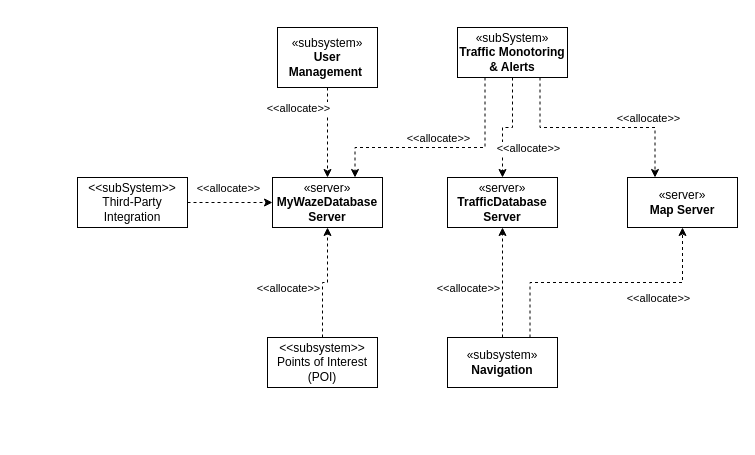
This is Diagrams/DeploymentBDD.drawio from luislamy/msp, a draw.io file, before an edit. Source tidied: cells renumbered, new cells numbered last; positions are measured from the earlier drawing's top-left corner, leaving out a move shared by most shapes. Both pictures are drawn from the tidied source at 100%, with x=0, y=0 at pixel (77, 27).
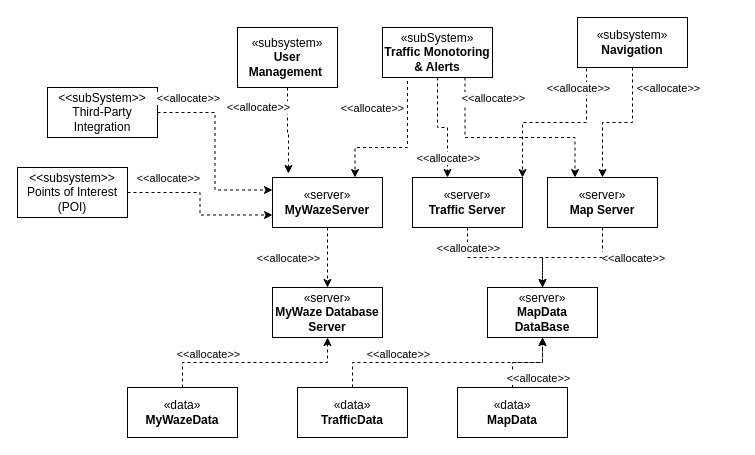
The same diagram, later.

Diff of the diagram source:
```diff
@@
+    <mxCell id="26" style="edgeStyle=orthogonalEdgeStyle;rounded=0;jettySize=auto;html=1;exitX=0.5;exitY=1;exitDx=0;exitDy=0;entryX=0.5;entryY=0;entryDx=0;entryDy=0;dashed=1;" parent="1" edge="1" source="2" target="35">
+      <mxGeometry relative="1" as="geometry" />
+    </mxCell>
-    <mxCell id="2" value="«server»&lt;br&gt;&lt;b&gt;MyWazeDatabase Server&lt;/b&gt;" style="html=1;whiteSpace=wrap;" parent="1" vertex="1">
+    <mxCell id="2" value="«server»&lt;br&gt;&lt;b&gt;MyWazeServer&lt;/b&gt;" style="html=1;whiteSpace=wrap;" parent="1" vertex="1">
       <mxGeometry x="195" y="150" width="110" height="50" as="geometry" />
     </mxCell>
-    <mxCell id="3" style="edgeStyle=orthogonalEdgeStyle;rounded=0;jettySize=auto;html=1;exitX=0.5;exitY=1;exitDx=0;exitDy=0;entryX=0.5;entryY=0;entryDx=0;entryDy=0;dashed=1;" parent="1" edge="1" source="5" target="2">
+    <mxCell id="3" style="edgeStyle=orthogonalEdgeStyle;rounded=0;jettySize=auto;html=1;exitX=0.5;exitY=1;exitDx=0;exitDy=0;entryX=0.145;entryY=-0.08;entryDx=0;entryDy=0;dashed=1;entryPerimeter=0;" parent="1" edge="1" source="5" target="2">
       <mxGeometry relative="1" as="geometry" />
     </mxCell>
@@
     <mxCell id="5" value="«subsystem»&lt;br&gt;&lt;b&gt;User Management&amp;nbsp;&lt;/b&gt;" style="html=1;whiteSpace=wrap;" parent="1" vertex="1">
-      <mxGeometry x="200" width="100" height="60" as="geometry" />
+      <mxGeometry x="160" width="100" height="60" as="geometry" />
     </mxCell>
+    <mxCell id="27" style="edgeStyle=orthogonalEdgeStyle;rounded=0;jettySize=auto;html=1;exitX=0.5;exitY=1;exitDx=0;exitDy=0;entryX=0.5;entryY=0;entryDx=0;entryDy=0;dashed=1;" parent="1" edge="1" source="6" target="36">
+      <mxGeometry relative="1" as="geometry" />
+    </mxCell>
-    <mxCell id="6" value="«server»&lt;br&gt;&lt;b&gt;TrafficDatabase Server&lt;/b&gt;" style="html=1;whiteSpace=wrap;" parent="1" vertex="1">
-      <mxGeometry x="370" y="150" width="110" height="50" as="geometry" />
+    <mxCell id="6" value="«server»&lt;br&gt;&lt;b&gt;Traffic Server&lt;/b&gt;" style="html=1;whiteSpace=wrap;" parent="1" vertex="1">
+      <mxGeometry x="335" y="150" width="110" height="50" as="geometry" />
     </mxCell>
+    <mxCell id="28" style="edgeStyle=orthogonalEdgeStyle;rounded=0;jettySize=auto;html=1;exitX=0.5;exitY=1;exitDx=0;exitDy=0;entryX=0.5;entryY=0;entryDx=0;entryDy=0;dashed=1;" parent="1" edge="1" source="7" target="36">
+      <mxGeometry relative="1" as="geometry" />
+    </mxCell>
     <mxCell id="7" value="«server»&lt;br&gt;&lt;b&gt;Map Server&lt;/b&gt;" style="html=1;whiteSpace=wrap;" parent="1" vertex="1">
-      <mxGeometry x="550" y="150" width="110" height="50" as="geometry" />
+      <mxGeometry x="470" y="150" width="110" height="50" as="geometry" />
     </mxCell>
-    <mxCell id="8" style="edgeStyle=orthogonalEdgeStyle;rounded=0;jettySize=auto;html=1;exitX=0.5;exitY=0;exitDx=0;exitDy=0;entryX=0.5;entryY=1;entryDx=0;entryDy=0;dashed=1;" parent="1" edge="1" source="9" target="2">
+    <mxCell id="8" style="edgeStyle=orthogonalEdgeStyle;rounded=0;jettySize=auto;html=1;exitX=1;exitY=0.5;exitDx=0;exitDy=0;entryX=0;entryY=0.75;entryDx=0;entryDy=0;dashed=1;" parent="1" edge="1" source="9" target="2">
       <mxGeometry relative="1" as="geometry" />
     </mxCell>
     <mxCell id="9" value="&lt;div&gt;&amp;lt;&amp;lt;subsystem&amp;gt;&amp;gt;&lt;/div&gt;Points of Interest (POI)" style="html=1;whiteSpace=wrap;" parent="1" vertex="1">
-      <mxGeometry x="190" y="310" width="110" height="50" as="geometry" />
+      <mxGeometry x="-60" y="140" width="110" height="50" as="geometry" />
     </mxCell>
     <mxCell id="10" value="&amp;lt;&amp;lt;allocate&amp;gt;&amp;gt;" style="edgeLabel;html=1;align=center;verticalAlign=middle;" parent="1" vertex="1">
-      <mxGeometry x="210" y="260" as="geometry" />
+      <mxGeometry x="90" y="150" as="geometry" />
     </mxCell>
     <mxCell id="11" style="edgeStyle=orthogonalEdgeStyle;rounded=0;jettySize=auto;html=1;exitX=0.5;exitY=1;exitDx=0;exitDy=0;dashed=1;" parent="1" edge="1" source="14" target="6">
-      <mxGeometry relative="1" as="geometry" />
+      <mxGeometry relative="1" as="geometry">
+        <Array as="points">
+          <mxPoint x="360" y="100" />
+          <mxPoint x="370" y="100" />
+        </Array>
+      </mxGeometry>
     </mxCell>
     <mxCell id="12" style="edgeStyle=orthogonalEdgeStyle;rounded=0;jettySize=auto;html=1;exitX=0.25;exitY=1;exitDx=0;exitDy=0;entryX=0.75;entryY=0;entryDx=0;entryDy=0;dashed=1;" parent="1" edge="1" source="14" target="2">
       <mxGeometry relative="1" as="geometry">
         <Array as="points">
-          <mxPoint x="408" y="120" />
+          <mxPoint x="330" y="50" />
+          <mxPoint x="330" y="120" />
           <mxPoint x="278" y="120" />
         </Array>
       </mxGeometry>
     </mxCell>
     <mxCell id="13" style="edgeStyle=orthogonalEdgeStyle;rounded=0;jettySize=auto;html=1;exitX=0.75;exitY=1;exitDx=0;exitDy=0;entryX=0.25;entryY=0;entryDx=0;entryDy=0;dashed=1;" parent="1" edge="1" source="14" target="7">
-      <mxGeometry relative="1" as="geometry" />
+      <mxGeometry relative="1" as="geometry">
+        <Array as="points">
+          <mxPoint x="388" y="110" />
+          <mxPoint x="498" y="110" />
+        </Array>
+      </mxGeometry>
     </mxCell>
     <mxCell id="14" value="«subSystem»&lt;br&gt;&lt;b&gt;Traffic Monotoring &amp;amp; Alerts&lt;/b&gt;" style="html=1;whiteSpace=wrap;" parent="1" vertex="1">
-      <mxGeometry x="380" width="110" height="50" as="geometry" />
+      <mxGeometry x="305" width="110" height="50" as="geometry" />
     </mxCell>
     <mxCell id="15" value="&amp;lt;&amp;lt;allocate&amp;gt;&amp;gt;" style="edgeLabel;html=1;align=center;verticalAlign=middle;" parent="1" vertex="1">
-      <mxGeometry x="450" y="120" as="geometry" />
+      <mxGeometry x="370" y="130" as="geometry" />
     </mxCell>
     <mxCell id="16" value="&amp;lt;&amp;lt;allocate&amp;gt;&amp;gt;" style="edgeLabel;html=1;align=center;verticalAlign=middle;" parent="1" vertex="1">
-      <mxGeometry x="360" y="110" as="geometry" />
+      <mxGeometry x="294" y="80" as="geometry" />
     </mxCell>
-    <mxCell id="17" style="edgeStyle=orthogonalEdgeStyle;rounded=0;jettySize=auto;html=1;exitX=0.5;exitY=0;exitDx=0;exitDy=0;entryX=0.5;entryY=1;entryDx=0;entryDy=0;dashed=1;" parent="1" edge="1" source="19" target="6">
+    <mxCell id="17" style="edgeStyle=orthogonalEdgeStyle;rounded=0;jettySize=auto;html=1;exitX=0.082;exitY=1.02;exitDx=0;exitDy=0;entryX=1;entryY=0;entryDx=0;entryDy=0;dashed=1;exitPerimeter=0;" parent="1" edge="1" source="19" target="6">
       <mxGeometry relative="1" as="geometry" />
     </mxCell>
-    <mxCell id="18" style="edgeStyle=orthogonalEdgeStyle;rounded=0;jettySize=auto;html=1;exitX=0.75;exitY=0;exitDx=0;exitDy=0;entryX=0.5;entryY=1;entryDx=0;entryDy=0;dashed=1;" parent="1" edge="1" source="19" target="7">
+    <mxCell id="18" style="edgeStyle=orthogonalEdgeStyle;rounded=0;jettySize=auto;html=1;exitX=0.5;exitY=1;exitDx=0;exitDy=0;entryX=0.5;entryY=0;entryDx=0;entryDy=0;dashed=1;" parent="1" edge="1" source="19" target="7">
       <mxGeometry relative="1" as="geometry" />
     </mxCell>
     <mxCell id="19" value="«subsystem»&lt;br&gt;&lt;b&gt;Navigation&lt;/b&gt;" style="html=1;whiteSpace=wrap;" parent="1" vertex="1">
-      <mxGeometry x="370" y="310" width="110" height="50" as="geometry" />
+      <mxGeometry x="500" y="-10" width="110" height="50" as="geometry" />
     </mxCell>
     <mxCell id="20" value="&amp;lt;&amp;lt;allocate&amp;gt;&amp;gt;" style="edgeLabel;html=1;align=center;verticalAlign=middle;" parent="1" vertex="1">
-      <mxGeometry x="390" y="260" as="geometry" />
+      <mxGeometry x="500" y="60" as="geometry" />
     </mxCell>
-    <mxCell id="21" style="edgeStyle=orthogonalEdgeStyle;rounded=0;jettySize=auto;html=1;exitX=1;exitY=0.5;exitDx=0;exitDy=0;entryX=0;entryY=0.5;entryDx=0;entryDy=0;dashed=1;" parent="1" edge="1" source="22" target="2">
+    <mxCell id="21" style="edgeStyle=orthogonalEdgeStyle;rounded=0;jettySize=auto;html=1;exitX=1;exitY=0.5;exitDx=0;exitDy=0;entryX=0;entryY=0.25;entryDx=0;entryDy=0;dashed=1;" parent="1" edge="1" source="22" target="2">
       <mxGeometry relative="1" as="geometry" />
     </mxCell>
     <mxCell id="22" value="&lt;div&gt;&amp;lt;&amp;lt;subSystem&amp;gt;&amp;gt;&lt;/div&gt;Third-Party Integration" style="html=1;whiteSpace=wrap;" parent="1" vertex="1">
-      <mxGeometry y="150" width="110" height="50" as="geometry" />
+      <mxGeometry x="-30" y="60" width="110" height="50" as="geometry" />
     </mxCell>
     <mxCell id="23" value="&amp;lt;&amp;lt;allocate&amp;gt;&amp;gt;" style="edgeLabel;html=1;align=center;verticalAlign=middle;" parent="1" vertex="1">
-      <mxGeometry x="570" y="90" as="geometry" />
+      <mxGeometry x="415" y="70" as="geometry" />
     </mxCell>
     <mxCell id="24" value="&amp;lt;&amp;lt;allocate&amp;gt;&amp;gt;" style="edgeLabel;html=1;align=center;verticalAlign=middle;" parent="1" vertex="1">
-      <mxGeometry x="580" y="270" as="geometry" />
+      <mxGeometry x="590" y="60" as="geometry" />
     </mxCell>
     <mxCell id="25" value="&amp;lt;&amp;lt;allocate&amp;gt;&amp;gt;" style="edgeLabel;html=1;align=center;verticalAlign=middle;" parent="1" vertex="1">
-      <mxGeometry x="150" y="160" as="geometry" />
+      <mxGeometry x="110" y="70" as="geometry" />
     </mxCell>
+    <mxCell id="29" style="edgeStyle=orthogonalEdgeStyle;rounded=0;jettySize=auto;html=1;exitX=0.5;exitY=0;exitDx=0;exitDy=0;entryX=0.5;entryY=1;entryDx=0;entryDy=0;dashed=1;" parent="1" edge="1" source="30" target="35">
+      <mxGeometry relative="1" as="geometry" />
+    </mxCell>
+    <mxCell id="30" value="«data»&lt;br&gt;&lt;b&gt;MyWazeData&lt;/b&gt;" style="html=1;whiteSpace=wrap;" parent="1" vertex="1">
+      <mxGeometry x="50" y="360" width="110" height="50" as="geometry" />
+    </mxCell>
+    <mxCell id="31" style="edgeStyle=orthogonalEdgeStyle;rounded=0;jettySize=auto;html=1;exitX=0.5;exitY=0;exitDx=0;exitDy=0;entryX=0.5;entryY=1;entryDx=0;entryDy=0;dashed=1;" parent="1" edge="1" source="32" target="36">
+      <mxGeometry relative="1" as="geometry" />
+    </mxCell>
+    <mxCell id="32" value="«data»&lt;br&gt;&lt;b&gt;MapData&lt;/b&gt;" style="html=1;whiteSpace=wrap;" parent="1" vertex="1">
+      <mxGeometry x="380" y="360" width="110" height="50" as="geometry" />
+    </mxCell>
+    <mxCell id="33" style="edgeStyle=orthogonalEdgeStyle;rounded=0;jettySize=auto;html=1;exitX=0.5;exitY=0;exitDx=0;exitDy=0;entryX=0.5;entryY=1;entryDx=0;entryDy=0;dashed=1;" parent="1" edge="1" source="34" target="36">
+      <mxGeometry relative="1" as="geometry" />
+    </mxCell>
+    <mxCell id="34" value="&lt;span style=&quot;font-weight: 400;&quot;&gt;«data»&lt;br&gt;&lt;/span&gt;&lt;span&gt;TrafficData&lt;/span&gt;" style="html=1;whiteSpace=wrap;fontStyle=1;" parent="1" vertex="1">
+      <mxGeometry x="220" y="360" width="110" height="50" as="geometry" />
+    </mxCell>
+    <mxCell id="35" value="«server»&lt;br&gt;&lt;b&gt;MyWaze Database Server&lt;/b&gt;" style="html=1;whiteSpace=wrap;" parent="1" vertex="1">
+      <mxGeometry x="195" y="260" width="110" height="50" as="geometry" />
+    </mxCell>
+    <mxCell id="36" value="«server»&lt;br&gt;&lt;b&gt;MapData DataBase&lt;/b&gt;" style="html=1;whiteSpace=wrap;" parent="1" vertex="1">
+      <mxGeometry x="410" y="260" width="110" height="50" as="geometry" />
+    </mxCell>
+    <mxCell id="37" value="&amp;lt;&amp;lt;allocate&amp;gt;&amp;gt;" style="edgeLabel;html=1;align=center;verticalAlign=middle;" parent="1" vertex="1">
+      <mxGeometry x="555" y="230" as="geometry" />
+    </mxCell>
+    <mxCell id="38" value="&amp;lt;&amp;lt;allocate&amp;gt;&amp;gt;" style="edgeLabel;html=1;align=center;verticalAlign=middle;" parent="1" vertex="1">
+      <mxGeometry x="390" y="220" as="geometry" />
+    </mxCell>
+    <mxCell id="39" value="&amp;lt;&amp;lt;allocate&amp;gt;&amp;gt;" style="edgeLabel;html=1;align=center;verticalAlign=middle;" parent="1" vertex="1">
+      <mxGeometry x="460" y="350" as="geometry" />
+    </mxCell>
+    <mxCell id="40" value="&amp;lt;&amp;lt;allocate&amp;gt;&amp;gt;" style="edgeLabel;html=1;align=center;verticalAlign=middle;" parent="1" vertex="1">
+      <mxGeometry x="320" y="326" as="geometry" />
+    </mxCell>
+    <mxCell id="41" value="&amp;lt;&amp;lt;allocate&amp;gt;&amp;gt;" style="edgeLabel;html=1;align=center;verticalAlign=middle;" parent="1" vertex="1">
+      <mxGeometry x="130" y="326" as="geometry" />
+    </mxCell>
+    <mxCell id="42" value="&amp;lt;&amp;lt;allocate&amp;gt;&amp;gt;" style="edgeLabel;html=1;align=center;verticalAlign=middle;" parent="1" vertex="1">
+      <mxGeometry x="210" y="230" as="geometry" />
+    </mxCell>
```
